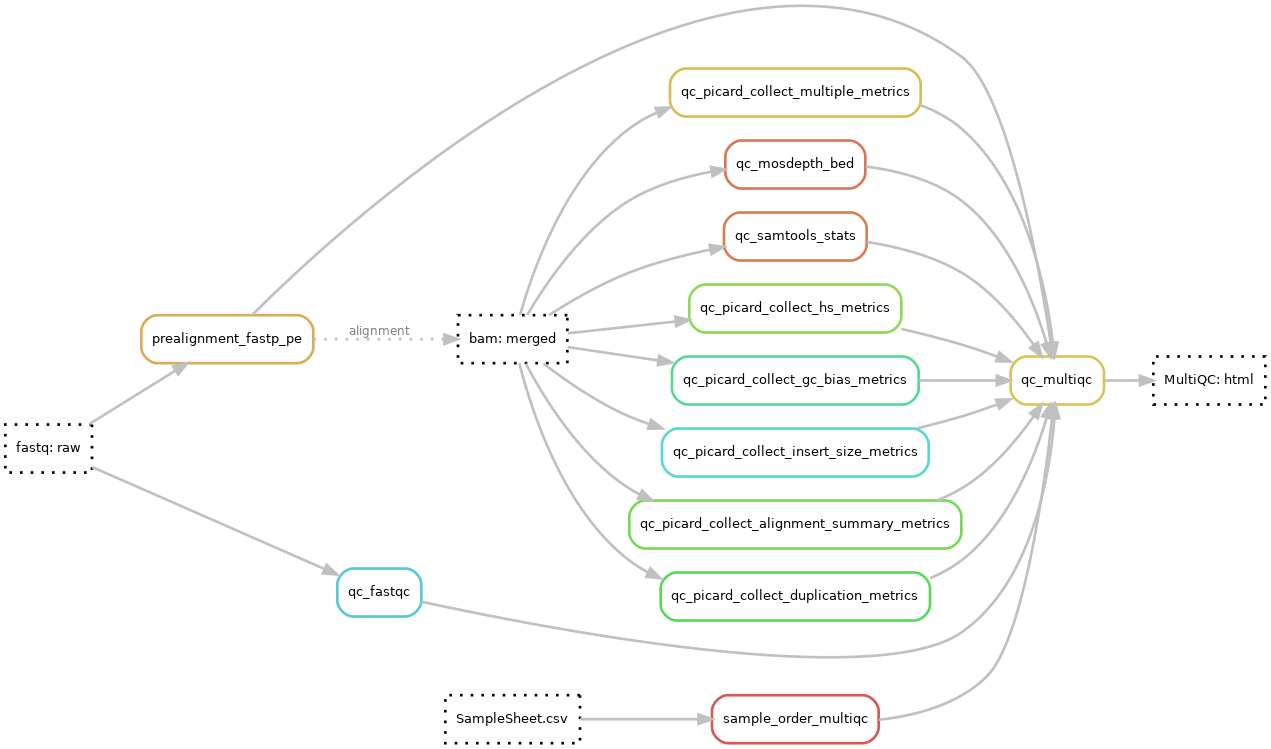
Earlier version of the Graphviz export docs/includes/images/qc.png (clinical-genomics-uppsala/marple_rd_tc). Its source is kept beside it as docs/includes/images/qc.dot. Source of this version:
```dot
digraph snakemake_dag {
	rankdir=LR;
    graph[bgcolor=white, margin=0];
    node[shape=box, style=rounded, fontname=sans,                 fontsize=10, penwidth=2];
    edge[penwidth=2, color=grey];
	multiqc[label = "qc_multiqc", color = "0.14 0.6 0.85", style="rounded"];
	multiqc_html[label = "MultiQC: html", color = "0.0 0.0 0.0", style="dotted"];
	p_mm[label = "qc_picard_collect_multiple_metrics", color = "0.13 0.6 0.85", style="rounded"];
	bam[label = "bam: merged", color = "0.0 0.0 0.0", style="dotted"];
	fastp[label = "prealignment_fastp_pe", color = "0.11 0.6 0.85", style="rounded"];
	mosdepth[label = "qc_mosdepth_bed", color = "0.04 0.6 0.85", style="rounded"];
	samtools[label = "qc_samtools_stats", color = "0.05 0.6 0.85", style="rounded"];
	p_hs[label = "qc_picard_collect_hs_metrics", color = "0.26 0.6 0.85", style="rounded"];
	fastqc[label = "qc_fastqc", color = "0.52 0.6 0.85", style="rounded"];
	fastq[label = "fastq: raw", color = "0.0 0.0 0.0", style="dotted"];
	p_gc[label = "qc_picard_collect_gc_bias_metrics", color = "0.41 0.6 0.85", style="rounded"];
	p_insert[label = "qc_picard_collect_insert_size_metrics", color = "0.49 0.6 0.85", style="rounded"];
	p_align[label = "qc_picard_collect_alignment_summary_metrics", color = "0.29 0.6 0.85", style="rounded"];
	p_dup[label = "qc_picard_collect_duplication_metrics", color = "0.34 0.6 0.85", style="rounded"];
	sampleorder[label = "sample_order_multiqc", color = "0.00 0.6 0.85", style="rounded"];
	samplesheet[label = "SampleSheet.csv", color = "0.0 0.0 0.0", style="dotted"];

	multiqc -> multiqc_html
	sampleorder -> multiqc
	samplesheet -> sampleorder
	fastp -> multiqc
	fastp -> bam [style="dotted", label = "alignment", fontcolor = "grey50", fontsize=9, fontname=sans ]
	p_gc -> multiqc
	p_align -> multiqc
	p_dup -> multiqc
	fastq -> fastqc
	fastq -> fastp
	fastqc -> multiqc
	mosdepth -> multiqc
	p_hs -> multiqc
	p_mm -> multiqc
	samtools -> multiqc
	p_insert -> multiqc
	bam -> p_mm
	bam -> mosdepth
	bam -> samtools
	bam -> p_hs
	bam -> p_gc
	bam -> p_insert
	bam -> p_align
	bam -> p_dup
}
```
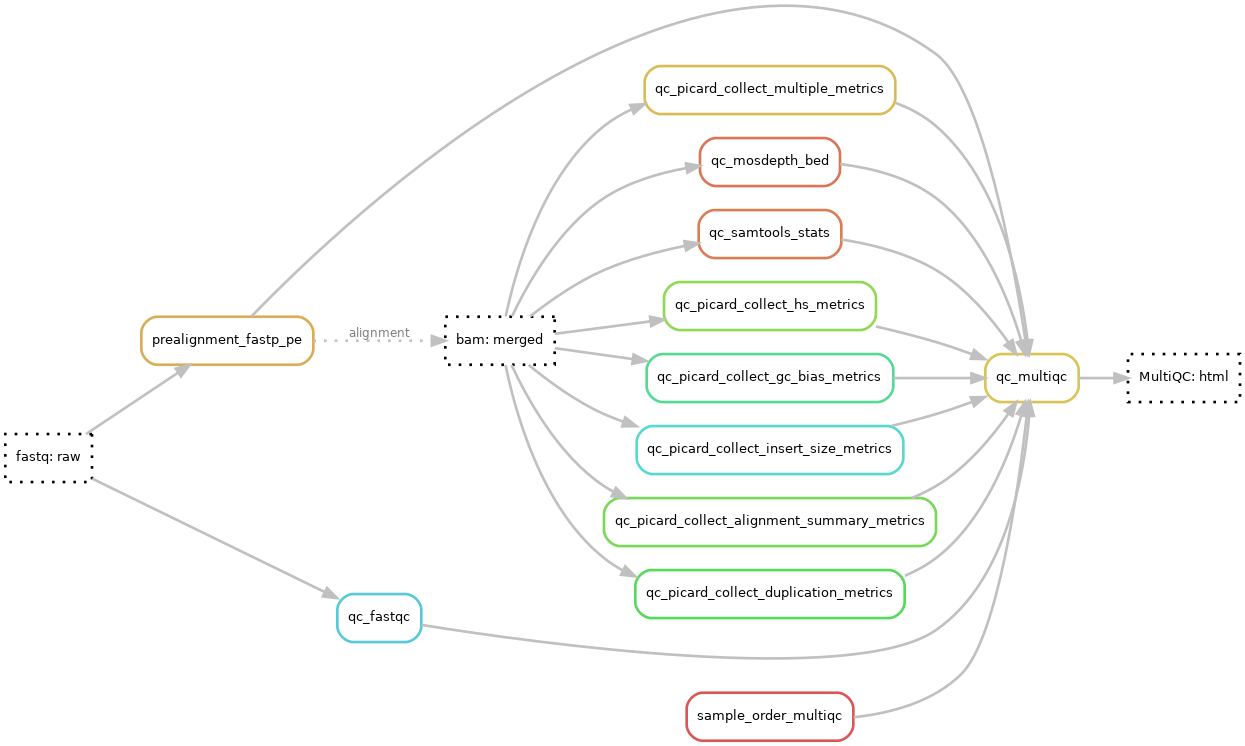
Later version of the same file.

Diff of the diagram source:
```diff
@@ -18,11 +18,9 @@
 	p_align[label = "qc_picard_collect_alignment_summary_metrics", color = "0.29 0.6 0.85", style="rounded"];
 	p_dup[label = "qc_picard_collect_duplication_metrics", color = "0.34 0.6 0.85", style="rounded"];
 	sampleorder[label = "sample_order_multiqc", color = "0.00 0.6 0.85", style="rounded"];
-	samplesheet[label = "SampleSheet.csv", color = "0.0 0.0 0.0", style="dotted"];
 
 	multiqc -> multiqc_html
 	sampleorder -> multiqc
-	samplesheet -> sampleorder
 	fastp -> multiqc
 	fastp -> bam [style="dotted", label = "alignment", fontcolor = "grey50", fontsize=9, fontname=sans ]
 	p_gc -> multiqc
```
